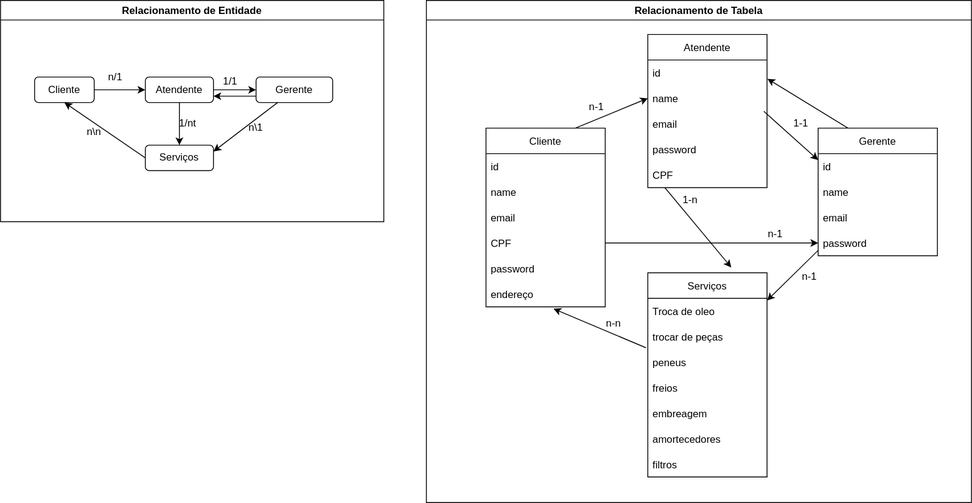
This is project.drawio.svg from Jardejane/servi-o-oficina, a draw.io export, as it was before one commit. Source tidied: cells renumbered, new cells last; positions are measured from the earlier drawing's top-left corner, leaving out a move shared by most shapes.
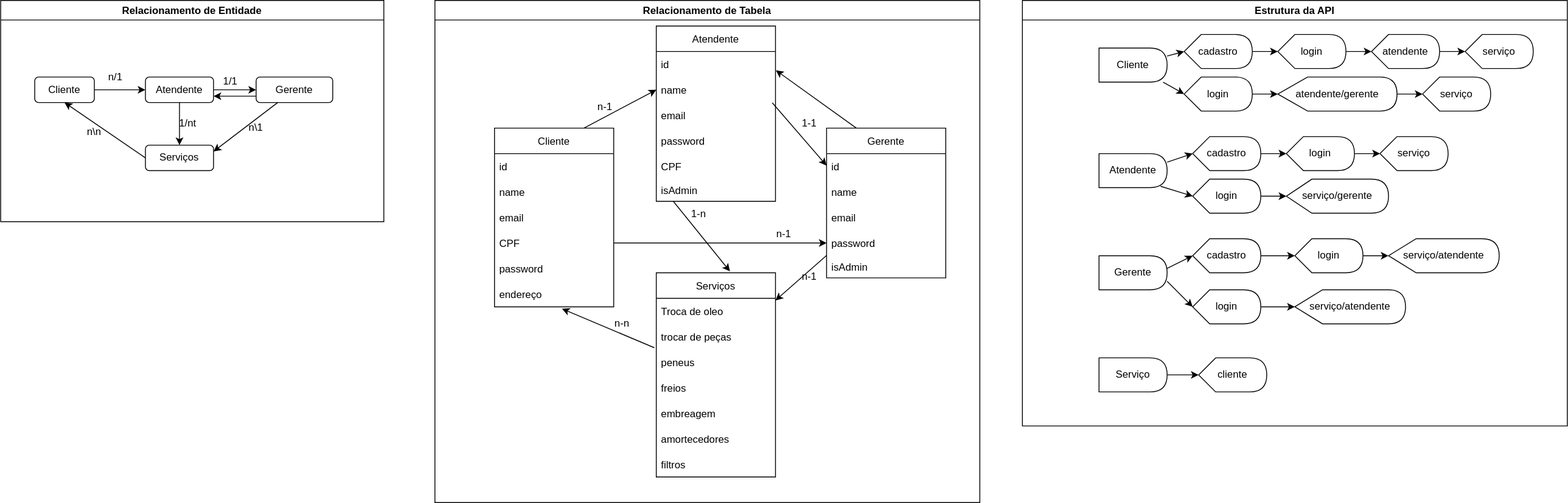
The same diagram one commit later.

Commit message:
feat: api structure relationship in drawio

Diff of the diagram source:
```diff
@@ -55,7 +55,7 @@
       <mxGeometry x="80" y="140" width="60" height="30" as="geometry" />
     </mxCell>
     <mxCell id="18" value="Relacionamento de Tabela " style="swimlane;" parent="1" vertex="1">
-      <mxGeometry x="500" width="640" height="590" as="geometry" />
+      <mxGeometry x="510" width="640" height="590" as="geometry" />
     </mxCell>
     <mxCell id="19" value="Cliente" style="swimlane;fontStyle=0;horizontal=1;startSize=30;" parent="18" vertex="1">
       <mxGeometry x="70" y="150" width="140" height="210" as="geometry" />
@@ -82,7 +82,7 @@
       <mxGeometry relative="1" as="geometry" />
     </mxCell>
     <mxCell id="27" value="Atendente" style="swimlane;fontStyle=0;horizontal=1;startSize=30;" parent="18" vertex="1">
-      <mxGeometry x="260" y="40" width="140" height="180" as="geometry" />
+      <mxGeometry x="260" y="30" width="140" height="206" as="geometry" />
     </mxCell>
     <mxCell id="28" value="id" style="text;strokeColor=none;fillColor=none;align=left;verticalAlign=middle;spacingLeft=4;spacingRight=4;overflow=hidden;points=[[0,0.5],[1,0.5]];portConstraint=eastwest;" parent="27" vertex="1">
       <mxGeometry y="30" width="140" height="30" as="geometry" />
@@ -99,6 +99,9 @@
     <mxCell id="32" value="CPF" style="text;strokeColor=none;fillColor=none;align=left;verticalAlign=middle;spacingLeft=4;spacingRight=4;overflow=hidden;" parent="27" vertex="1">
       <mxGeometry y="150" width="140" height="30" as="geometry" />
     </mxCell>
+    <mxCell id="58" value="isAdmin" style="text;strokeColor=none;fillColor=none;align=left;verticalAlign=top;spacingLeft=4;spacingRight=4;overflow=hidden;" parent="27" vertex="1">
+      <mxGeometry y="180" width="140" height="26" as="geometry" />
+    </mxCell>
     <mxCell id="33" style="edgeStyle=none;html=1;entryX=1;entryY=0.084;entryDx=0;entryDy=0;entryPerimeter=0;" parent="18" edge="1" source="35" target="42">
       <mxGeometry relative="1" as="geometry" />
     </mxCell>
@@ -106,7 +109,7 @@
       <mxGeometry relative="1" as="geometry" />
     </mxCell>
     <mxCell id="35" value="Gerente" style="swimlane;fontStyle=0;horizontal=1;startSize=30;" parent="18" vertex="1">
-      <mxGeometry x="460" y="150" width="140" height="150" as="geometry" />
+      <mxGeometry x="460" y="150" width="140" height="176" as="geometry" />
     </mxCell>
     <mxCell id="36" value="id" style="text;strokeColor=none;fillColor=none;align=left;verticalAlign=middle;spacingLeft=4;spacingRight=4;overflow=hidden;" parent="35" vertex="1">
       <mxGeometry y="30" width="140" height="30" as="geometry" />
@@ -120,6 +123,9 @@
     <mxCell id="39" value="password" style="text;strokeColor=none;fillColor=none;align=left;verticalAlign=middle;spacingLeft=4;spacingRight=4;overflow=hidden;points=[[0,0.5],[1,0.5]];portConstraint=eastwest;" parent="35" vertex="1">
       <mxGeometry y="120" width="140" height="30" as="geometry" />
     </mxCell>
+    <mxCell id="59" value="isAdmin" style="text;strokeColor=none;fillColor=none;align=left;verticalAlign=top;spacingLeft=4;spacingRight=4;overflow=hidden;" parent="35" vertex="1">
+      <mxGeometry y="150" width="140" height="26" as="geometry" />
+    </mxCell>
     <mxCell id="40" style="edgeStyle=none;html=1;entryX=0.566;entryY=1.075;entryDx=0;entryDy=0;entryPerimeter=0;exitX=-0.016;exitY=-0.064;exitDx=0;exitDy=0;exitPerimeter=0;" parent="18" edge="1" source="44" target="25">
       <mxGeometry relative="1" as="geometry" />
     </mxCell>
@@ -150,7 +156,7 @@
     <mxCell id="49" style="edgeStyle=none;html=1;entryX=0;entryY=0.5;entryDx=0;entryDy=0;" parent="18" edge="1" source="23" target="39">
       <mxGeometry relative="1" as="geometry" />
     </mxCell>
-    <mxCell id="50" style="edgeStyle=none;html=1;exitX=0;exitY=0;exitDx=0;exitDy=0;entryX=0.7;entryY=-0.026;entryDx=0;entryDy=0;entryPerimeter=0;" parent="18" edge="1" source="56" target="41">
+    <mxCell id="50" style="edgeStyle=none;html=1;exitX=0;exitY=0;exitDx=0;exitDy=0;entryX=0.618;entryY=-0.007;entryDx=0;entryDy=0;entryPerimeter=0;" parent="18" edge="1" source="56" target="41">
       <mxGeometry relative="1" as="geometry" />
     </mxCell>
     <mxCell id="51" style="edgeStyle=none;html=1;entryX=0;entryY=0.5;entryDx=0;entryDy=0;exitX=0.75;exitY=0;exitDx=0;exitDy=0;" parent="18" edge="1" source="19" target="29">
@@ -163,16 +169,139 @@
       <mxGeometry x="410" y="130" width="60" height="30" as="geometry" />
     </mxCell>
     <mxCell id="54" value="n-1" style="text;html=1;strokeColor=none;fillColor=none;align=center;verticalAlign=middle;whiteSpace=wrap;rounded=0;" parent="18" vertex="1">
-      <mxGeometry x="420" y="310" width="60" height="30" as="geometry" />
+      <mxGeometry x="410" y="310" width="60" height="30" as="geometry" />
     </mxCell>
     <mxCell id="55" value="n-n" style="text;html=1;strokeColor=none;fillColor=none;align=center;verticalAlign=middle;whiteSpace=wrap;rounded=0;" parent="18" vertex="1">
       <mxGeometry x="190" y="365" width="60" height="30" as="geometry" />
     </mxCell>
     <mxCell id="56" value="1-n" style="text;html=1;strokeColor=none;fillColor=none;align=center;verticalAlign=middle;whiteSpace=wrap;rounded=0;" parent="18" vertex="1">
-      <mxGeometry x="280" y="220" width="60" height="30" as="geometry" />
+      <mxGeometry x="280" y="236" width="60" height="30" as="geometry" />
     </mxCell>
     <mxCell id="57" value="n-1" style="text;html=1;strokeColor=none;fillColor=none;align=center;verticalAlign=middle;whiteSpace=wrap;rounded=0;" parent="18" vertex="1">
       <mxGeometry x="380" y="260" width="60" height="30" as="geometry" />
     </mxCell>
+    <mxCell id="60" value="Estrutura da API" style="swimlane;" parent="1" vertex="1">
+      <mxGeometry x="1200" width="640" height="500" as="geometry" />
+    </mxCell>
+    <mxCell id="61" style="edgeStyle=none;html=1;entryX=0;entryY=0.5;entryDx=0;entryDy=0;entryPerimeter=0;" parent="60" edge="1" source="63" target="65">
+      <mxGeometry relative="1" as="geometry" />
+    </mxCell>
+    <mxCell id="62" style="edgeStyle=none;html=1;entryX=0;entryY=0.5;entryDx=0;entryDy=0;entryPerimeter=0;" parent="60" edge="1" source="63" target="72">
+      <mxGeometry relative="1" as="geometry" />
+    </mxCell>
+    <mxCell id="63" value="Cliente" style="shape=delay;whiteSpace=wrap;html=1;" parent="60" vertex="1">
+      <mxGeometry x="90" y="56" width="80" height="40" as="geometry" />
+    </mxCell>
+    <mxCell id="64" style="edgeStyle=none;html=1;" parent="60" edge="1" source="65" target="67">
+      <mxGeometry relative="1" as="geometry" />
+    </mxCell>
+    <mxCell id="65" value="cadastro" style="shape=display;whiteSpace=wrap;html=1;" parent="60" vertex="1">
+      <mxGeometry x="190" y="40" width="80" height="40" as="geometry" />
+    </mxCell>
+    <mxCell id="66" style="edgeStyle=none;html=1;" parent="60" edge="1" source="67" target="69">
+      <mxGeometry relative="1" as="geometry" />
+    </mxCell>
+    <mxCell id="67" value="login" style="shape=display;whiteSpace=wrap;html=1;" parent="60" vertex="1">
+      <mxGeometry x="300" y="40" width="80" height="40" as="geometry" />
+    </mxCell>
+    <mxCell id="68" style="edgeStyle=none;html=1;" parent="60" edge="1" source="69" target="70">
+      <mxGeometry relative="1" as="geometry" />
+    </mxCell>
+    <mxCell id="69" value="atendente" style="shape=display;whiteSpace=wrap;html=1;" parent="60" vertex="1">
+      <mxGeometry x="410" y="40" width="80" height="40" as="geometry" />
+    </mxCell>
+    <mxCell id="70" value="serviço" style="shape=display;whiteSpace=wrap;html=1;" parent="60" vertex="1">
+      <mxGeometry x="520" y="40" width="80" height="40" as="geometry" />
+    </mxCell>
+    <mxCell id="71" style="edgeStyle=none;html=1;" parent="60" edge="1" source="72" target="74">
+      <mxGeometry relative="1" as="geometry" />
+    </mxCell>
+    <mxCell id="72" value="login" style="shape=display;whiteSpace=wrap;html=1;" parent="60" vertex="1">
+      <mxGeometry x="190" y="90" width="80" height="40" as="geometry" />
+    </mxCell>
+    <mxCell id="73" style="edgeStyle=none;html=1;" parent="60" edge="1" source="74" target="75">
+      <mxGeometry relative="1" as="geometry" />
+    </mxCell>
+    <mxCell id="74" value="atendente/gerente" style="shape=display;whiteSpace=wrap;html=1;" parent="60" vertex="1">
+      <mxGeometry x="300" y="90" width="140" height="40" as="geometry" />
+    </mxCell>
+    <mxCell id="75" value="serviço" style="shape=display;whiteSpace=wrap;html=1;" parent="60" vertex="1">
+      <mxGeometry x="470" y="90" width="80" height="40" as="geometry" />
+    </mxCell>
+    <mxCell id="76" style="edgeStyle=none;html=1;entryX=0;entryY=0.5;entryDx=0;entryDy=0;entryPerimeter=0;exitX=1;exitY=0.25;exitDx=0;exitDy=0;" parent="60" edge="1" source="78" target="80">
+      <mxGeometry relative="1" as="geometry" />
+    </mxCell>
+    <mxCell id="77" style="edgeStyle=none;html=1;exitX=0.903;exitY=0.959;exitDx=0;exitDy=0;entryX=0;entryY=0.5;entryDx=0;entryDy=0;entryPerimeter=0;exitPerimeter=0;" parent="60" edge="1" source="78" target="85">
+      <mxGeometry relative="1" as="geometry" />
+    </mxCell>
+    <mxCell id="78" value="Atendente" style="shape=delay;whiteSpace=wrap;html=1;" parent="60" vertex="1">
+      <mxGeometry x="90" y="180" width="80" height="40" as="geometry" />
+    </mxCell>
+    <mxCell id="79" style="edgeStyle=none;html=1;" parent="60" edge="1" source="80" target="82">
+      <mxGeometry relative="1" as="geometry" />
+    </mxCell>
+    <mxCell id="80" value="cadastro" style="shape=display;whiteSpace=wrap;html=1;" parent="60" vertex="1">
+      <mxGeometry x="200" y="160" width="80" height="40" as="geometry" />
+    </mxCell>
+    <mxCell id="81" style="edgeStyle=none;html=1;" parent="60" edge="1" source="82" target="83">
+      <mxGeometry relative="1" as="geometry" />
+    </mxCell>
+    <mxCell id="82" value="login" style="shape=display;whiteSpace=wrap;html=1;" parent="60" vertex="1">
+      <mxGeometry x="310" y="160" width="80" height="40" as="geometry" />
+    </mxCell>
+    <mxCell id="83" value="serviço" style="shape=display;whiteSpace=wrap;html=1;" parent="60" vertex="1">
+      <mxGeometry x="420" y="160" width="80" height="40" as="geometry" />
+    </mxCell>
+    <mxCell id="84" style="edgeStyle=none;html=1;" parent="60" edge="1" source="85" target="86">
+      <mxGeometry relative="1" as="geometry" />
+    </mxCell>
+    <mxCell id="85" value="login" style="shape=display;whiteSpace=wrap;html=1;" parent="60" vertex="1">
+      <mxGeometry x="200" y="210" width="80" height="40" as="geometry" />
+    </mxCell>
+    <mxCell id="86" value="serviço/gerente" style="shape=display;whiteSpace=wrap;html=1;" parent="60" vertex="1">
+      <mxGeometry x="310" y="210" width="120" height="40" as="geometry" />
+    </mxCell>
+    <mxCell id="87" style="edgeStyle=none;html=1;entryX=0;entryY=0.5;entryDx=0;entryDy=0;entryPerimeter=0;exitX=0.871;exitY=0.5;exitDx=0;exitDy=0;exitPerimeter=0;" parent="60" edge="1" source="89" target="91">
+      <mxGeometry relative="1" as="geometry" />
+    </mxCell>
+    <mxCell id="88" style="edgeStyle=none;html=1;exitX=1;exitY=0.75;exitDx=0;exitDy=0;entryX=0;entryY=0.5;entryDx=0;entryDy=0;entryPerimeter=0;" parent="60" edge="1" source="89" target="93">
+      <mxGeometry relative="1" as="geometry" />
+    </mxCell>
+    <mxCell id="89" value="Gerente" style="shape=delay;whiteSpace=wrap;html=1;" parent="60" vertex="1">
+      <mxGeometry x="90" y="300" width="80" height="40" as="geometry" />
+    </mxCell>
+    <mxCell id="90" style="edgeStyle=none;html=1;" parent="60" edge="1" source="91" target="95">
+      <mxGeometry relative="1" as="geometry" />
+    </mxCell>
+    <mxCell id="91" value="cadastro" style="shape=display;whiteSpace=wrap;html=1;size=0.25;" parent="60" vertex="1">
+      <mxGeometry x="200" y="280" width="80" height="40" as="geometry" />
+    </mxCell>
+    <mxCell id="92" style="edgeStyle=none;html=1;entryX=0;entryY=0.5;entryDx=0;entryDy=0;entryPerimeter=0;" parent="60" edge="1" source="93" target="97">
+      <mxGeometry relative="1" as="geometry" />
+    </mxCell>
+    <mxCell id="93" value="login" style="shape=display;whiteSpace=wrap;html=1;" parent="60" vertex="1">
+      <mxGeometry x="200" y="340" width="80" height="40" as="geometry" />
+    </mxCell>
+    <mxCell id="94" style="edgeStyle=none;html=1;" parent="60" edge="1" source="95" target="96">
+      <mxGeometry relative="1" as="geometry" />
+    </mxCell>
+    <mxCell id="95" value="login" style="shape=display;whiteSpace=wrap;html=1;" parent="60" vertex="1">
+      <mxGeometry x="320" y="280" width="80" height="40" as="geometry" />
+    </mxCell>
+    <mxCell id="96" value="serviço/atendente" style="shape=display;whiteSpace=wrap;html=1;" parent="60" vertex="1">
+      <mxGeometry x="430" y="280" width="130" height="40" as="geometry" />
+    </mxCell>
+    <mxCell id="97" value="serviço/atendente" style="shape=display;whiteSpace=wrap;html=1;" parent="60" vertex="1">
+      <mxGeometry x="320" y="340" width="130" height="40" as="geometry" />
+    </mxCell>
+    <mxCell id="98" style="edgeStyle=none;html=1;" parent="60" edge="1" source="99" target="100">
+      <mxGeometry relative="1" as="geometry" />
+    </mxCell>
+    <mxCell id="99" value="Serviço" style="shape=delay;whiteSpace=wrap;html=1;" parent="60" vertex="1">
+      <mxGeometry x="90" y="420" width="80" height="40" as="geometry" />
+    </mxCell>
+    <mxCell id="100" value="cliente" style="shape=display;whiteSpace=wrap;html=1;" parent="60" vertex="1">
+      <mxGeometry x="207" y="420" width="80" height="40" as="geometry" />
+    </mxCell>
   </root>
 </mxGraphModel>
```
